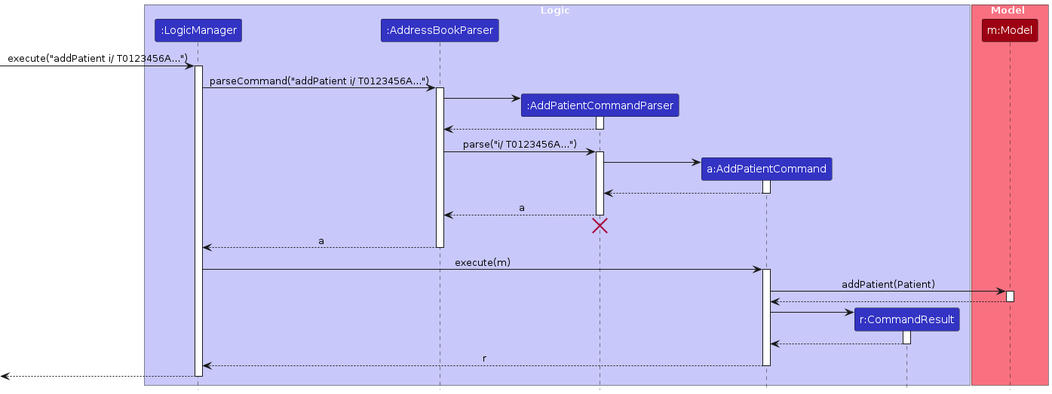
This is diagrams/AddPatientSequenceDiagram.png from AY2324S2-CS2103T-F10-3/tp, a PlantUML export, as it was before one commit. Its source is kept beside it as diagrams/AddPatientSequenceDiagram.puml. The source it was exported from:
```plantuml
@startuml
!include style.puml
skinparam ArrowFontStyle plain

box Logic LOGIC_COLOR_T1
participant ":LogicManager" as LogicManager LOGIC_COLOR
participant ":AddressBookParser" as AddressBookParser LOGIC_COLOR
participant ":AddPatientCommandParser" as AddPatientCommandParser LOGIC_COLOR
participant "a:AddPatientCommand" as AddPatientCommand LOGIC_COLOR
participant "r:CommandResult" as CommandResult LOGIC_COLOR
end box

box Model MODEL_COLOR_T1
participant "m:Model" as Model MODEL_COLOR
end box

[-> LogicManager : execute("addPatient i/ T0123456A...")
activate LogicManager

LogicManager -> AddressBookParser : parseCommand("addPatient i/ T0123456A...")
activate AddressBookParser

create AddPatientCommandParser
AddressBookParser -> AddPatientCommandParser
activate AddPatientCommandParser

AddPatientCommandParser --> AddressBookParser
deactivate AddPatientCommandParser

AddressBookParser -> AddPatientCommandParser : parse("i/ T0123456A...")
activate AddPatientCommandParser

create AddPatientCommand
AddPatientCommandParser -> AddPatientCommand
activate AddPatientCommand

AddPatientCommand --> AddPatientCommandParser :
deactivate AddPatientCommand

AddPatientCommandParser --> AddressBookParser : a
deactivate AddPatientCommandParser
AddPatientCommandParser -[hidden]-> AddressBookParser
destroy AddPatientCommandParser

AddressBookParser --> LogicManager : a
deactivate AddressBookParser

LogicManager -> AddPatientCommand : execute(m)
activate AddPatientCommand


AddPatientCommand -> Model : addPatient(Patient)
activate Model
Model --> AddPatientCommand
deactivate Model

create CommandResult
AddPatientCommand -> CommandResult
activate CommandResult

CommandResult --> AddPatientCommand
deactivate CommandResult

AddPatientCommand --> LogicManager : r
deactivate AddPatientCommand

[<--LogicManager
deactivate LogicManager
@enduml
```
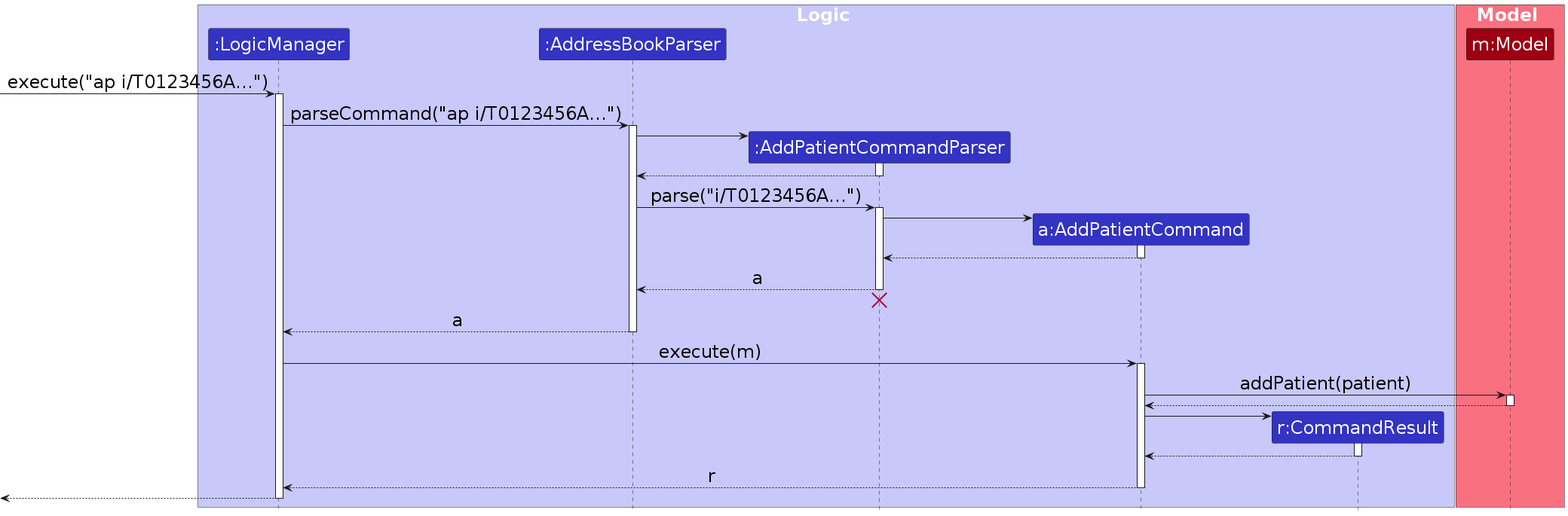
The same diagram one commit later.

Diff of the diagram source:
```diff
@@ -1,6 +1,7 @@
 @startuml
 !include style.puml
 skinparam ArrowFontStyle plain
+skinparam defaultFontSize 24
 
 box Logic LOGIC_COLOR_T1
 participant ":LogicManager" as LogicManager LOGIC_COLOR
@@ -14,10 +15,10 @@
 participant "m:Model" as Model MODEL_COLOR
 end box
 
-[-> LogicManager : execute("addPatient i/ T0123456A...")
+[-> LogicManager : execute("ap i/T0123456A...")
 activate LogicManager
 
-LogicManager -> AddressBookParser : parseCommand("addPatient i/ T0123456A...")
+LogicManager -> AddressBookParser : parseCommand("ap i/T0123456A...")
 activate AddressBookParser
 
 create AddPatientCommandParser
@@ -27,7 +28,7 @@
 AddPatientCommandParser --> AddressBookParser
 deactivate AddPatientCommandParser
 
-AddressBookParser -> AddPatientCommandParser : parse("i/ T0123456A...")
+AddressBookParser -> AddPatientCommandParser : parse("i/T0123456A...")
 activate AddPatientCommandParser
 
 create AddPatientCommand
@@ -49,7 +50,7 @@
 activate AddPatientCommand
 
 
-AddPatientCommand -> Model : addPatient(Patient)
+AddPatientCommand -> Model : addPatient(patient)
 activate Model
 Model --> AddPatientCommand
 deactivate Model
```
